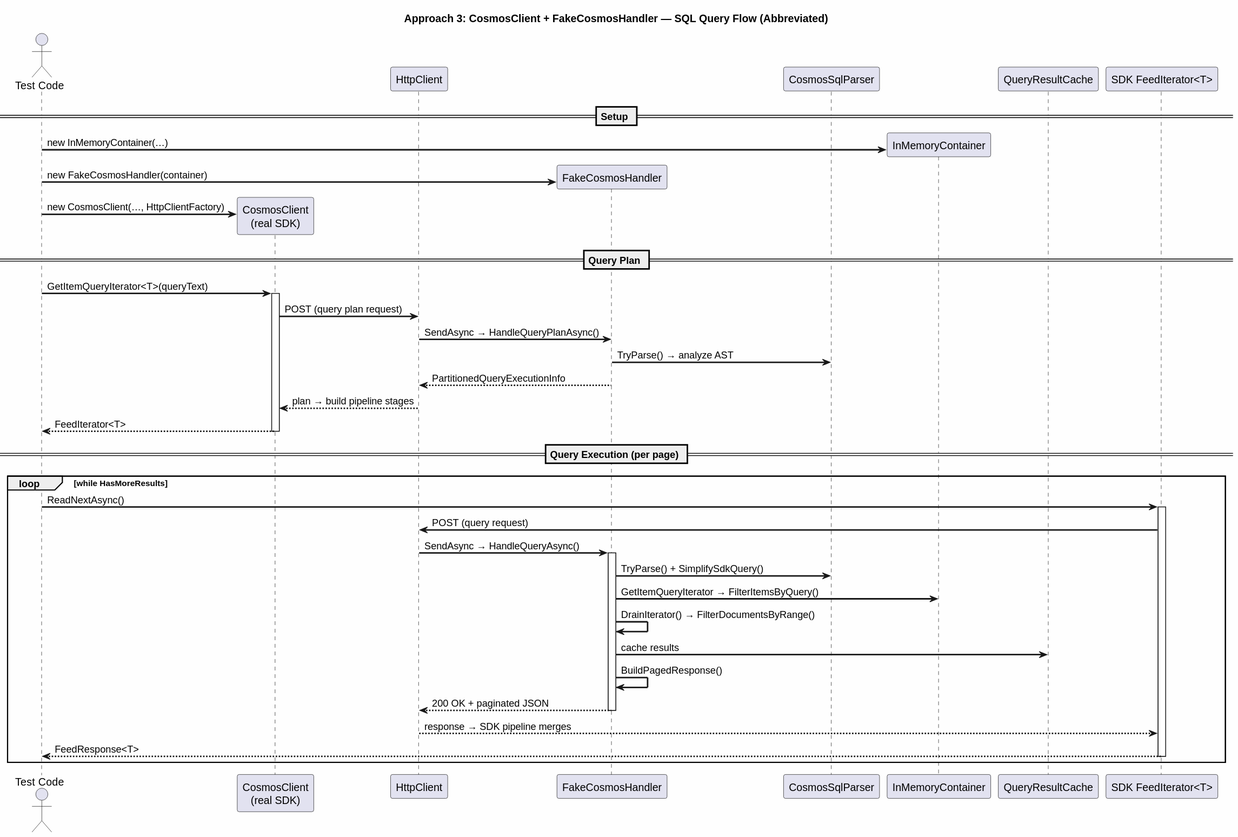
Before: plans/diagrams/abbreviated/svg/approach3-sql-abbreviated.svg, a diagram exported from PlantUML (lemonlion/CosmosDB.InMemoryEmulator). Source of this version:
```plantuml
@startuml
title **Approach 3: CosmosClient + FakeCosmosHandler — SQL Query Flow (Abbreviated)**

skinparam backgroundColor #FEFEFE
skinparam sequenceArrowThickness 2

actor "Test Code" as Test
participant "CosmosClient\n(real SDK)" as SDK
participant "HttpClient" as Http
participant "FakeCosmosHandler" as Handler
participant "CosmosSqlParser" as Parser
participant "InMemoryContainer" as IMC
participant "QueryResultCache" as Cache
participant "SDK FeedIterator<T>" as SDKIter

== Setup ==
Test -> IMC ** : new InMemoryContainer(…)
Test -> Handler ** : new FakeCosmosHandler(container)
Test -> SDK ** : new CosmosClient(…, HttpClientFactory)

== Query Plan ==
Test -> SDK ++ : GetItemQueryIterator<T>(queryText)
SDK -> Http : POST (query plan request)
Http -> Handler : SendAsync → HandleQueryPlanAsync()
Handler -> Parser : TryParse() → analyze AST
Handler --> Http : PartitionedQueryExecutionInfo
Http --> SDK : plan → build pipeline stages
SDK --> Test -- : FeedIterator<T>

== Query Execution (per page) ==
loop while HasMoreResults
  Test -> SDKIter ++ : ReadNextAsync()
  SDKIter -> Http : POST (query request)
  Http -> Handler ++ : SendAsync → HandleQueryAsync()
  Handler -> Parser : TryParse() + SimplifySdkQuery()
  Handler -> IMC : GetItemQueryIterator → FilterItemsByQuery()
  Handler -> Handler : DrainIterator() → FilterDocumentsByRange()
  Handler -> Cache : cache results
  Handler -> Handler : BuildPagedResponse()
  Handler --> Http -- : 200 OK + paginated JSON
  Http --> SDKIter : response → SDK pipeline merges
  SDKIter --> Test -- : FeedResponse<T>
end
@enduml
```
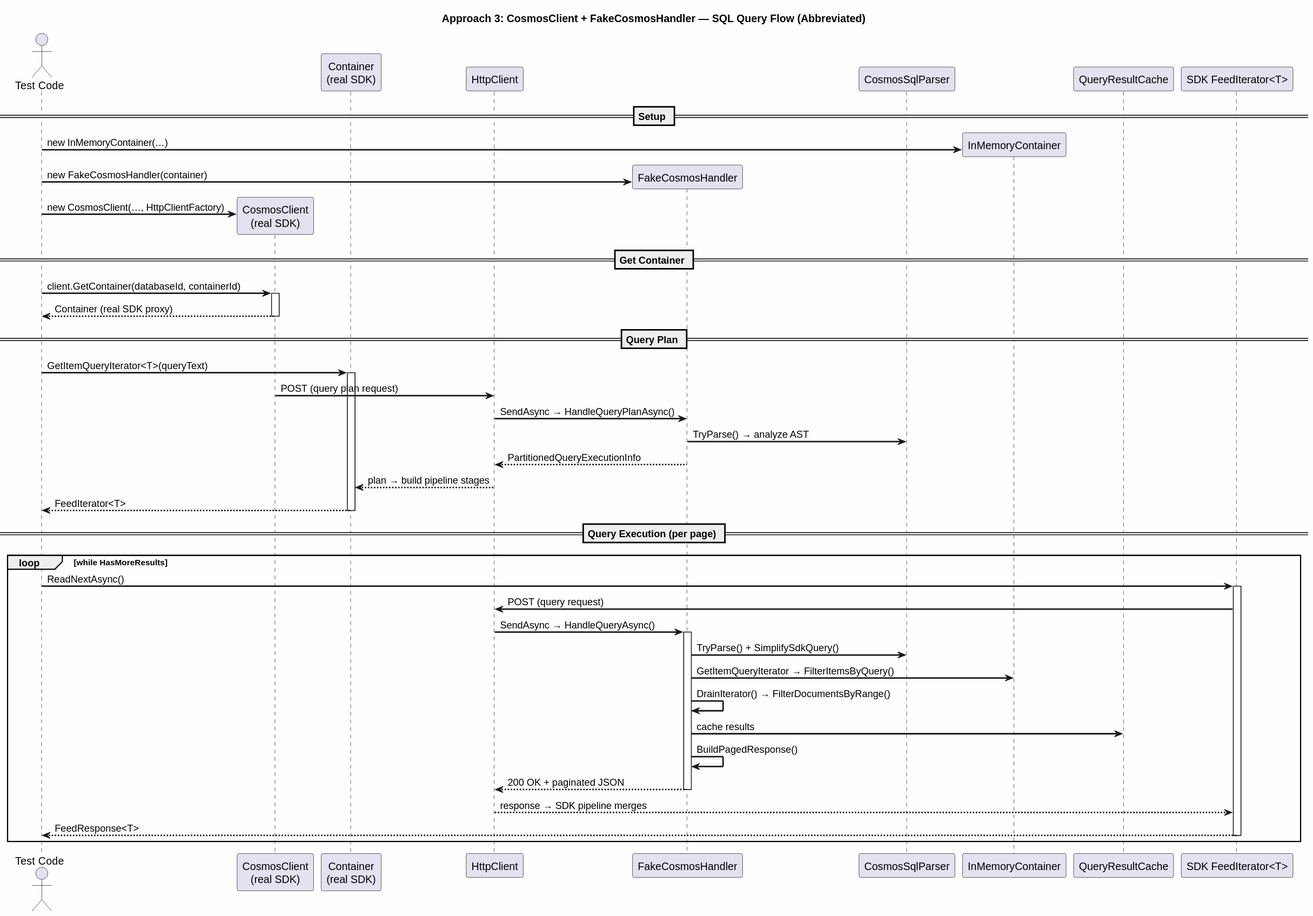
Later version of the same file.

Diff of the diagram source:
```diff
@@ -6,6 +6,7 @@
 
 actor "Test Code" as Test
 participant "CosmosClient\n(real SDK)" as SDK
+participant "Container\n(real SDK)" as SDKContainer
 participant "HttpClient" as Http
 participant "FakeCosmosHandler" as Handler
 participant "CosmosSqlParser" as Parser
@@ -18,14 +19,18 @@
 Test -> Handler ** : new FakeCosmosHandler(container)
 Test -> SDK ** : new CosmosClient(…, HttpClientFactory)
 
+== Get Container ==
+Test -> SDK ++ : client.GetContainer(databaseId, containerId)
+SDK --> Test -- : Container (real SDK proxy)
+
 == Query Plan ==
-Test -> SDK ++ : GetItemQueryIterator<T>(queryText)
+Test -> SDKContainer ++ : GetItemQueryIterator<T>(queryText)
 SDK -> Http : POST (query plan request)
 Http -> Handler : SendAsync → HandleQueryPlanAsync()
 Handler -> Parser : TryParse() → analyze AST
 Handler --> Http : PartitionedQueryExecutionInfo
-Http --> SDK : plan → build pipeline stages
-SDK --> Test -- : FeedIterator<T>
+Http --> SDKContainer : plan → build pipeline stages
+SDKContainer --> Test -- : FeedIterator<T>
 
 == Query Execution (per page) ==
 loop while HasMoreResults
```
